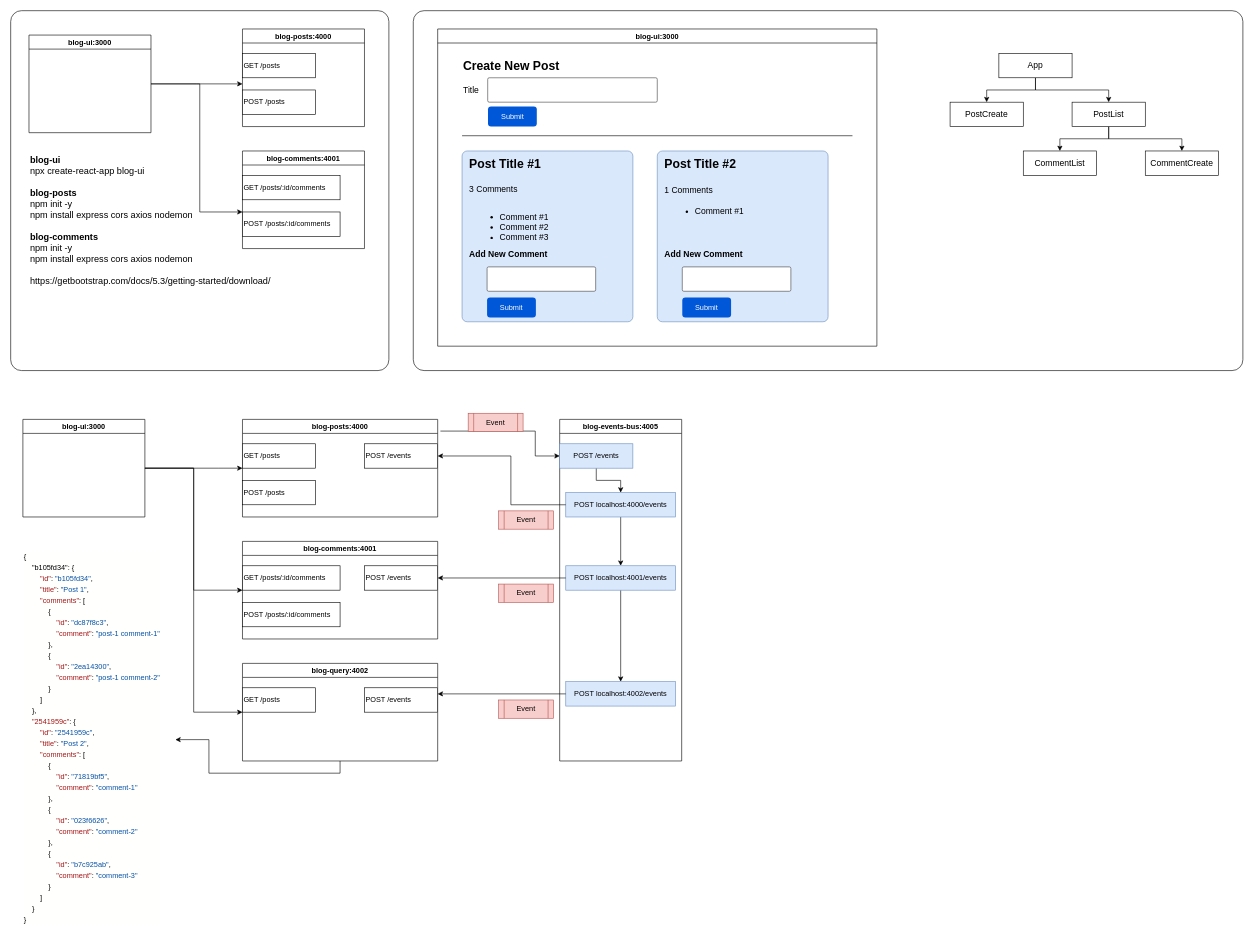
vidhirkaup/diagrams keeps this draw.io diagram as microservices.drawio. Above is the earlier version. Source tidied: cells renumbered, new cells numbered last; positions are measured from the earlier drawing's top-left corner, leaving out a move shared by most shapes. Both pictures are drawn from the tidied source at 61%, with x=0, y=0 at pixel (10, 10).
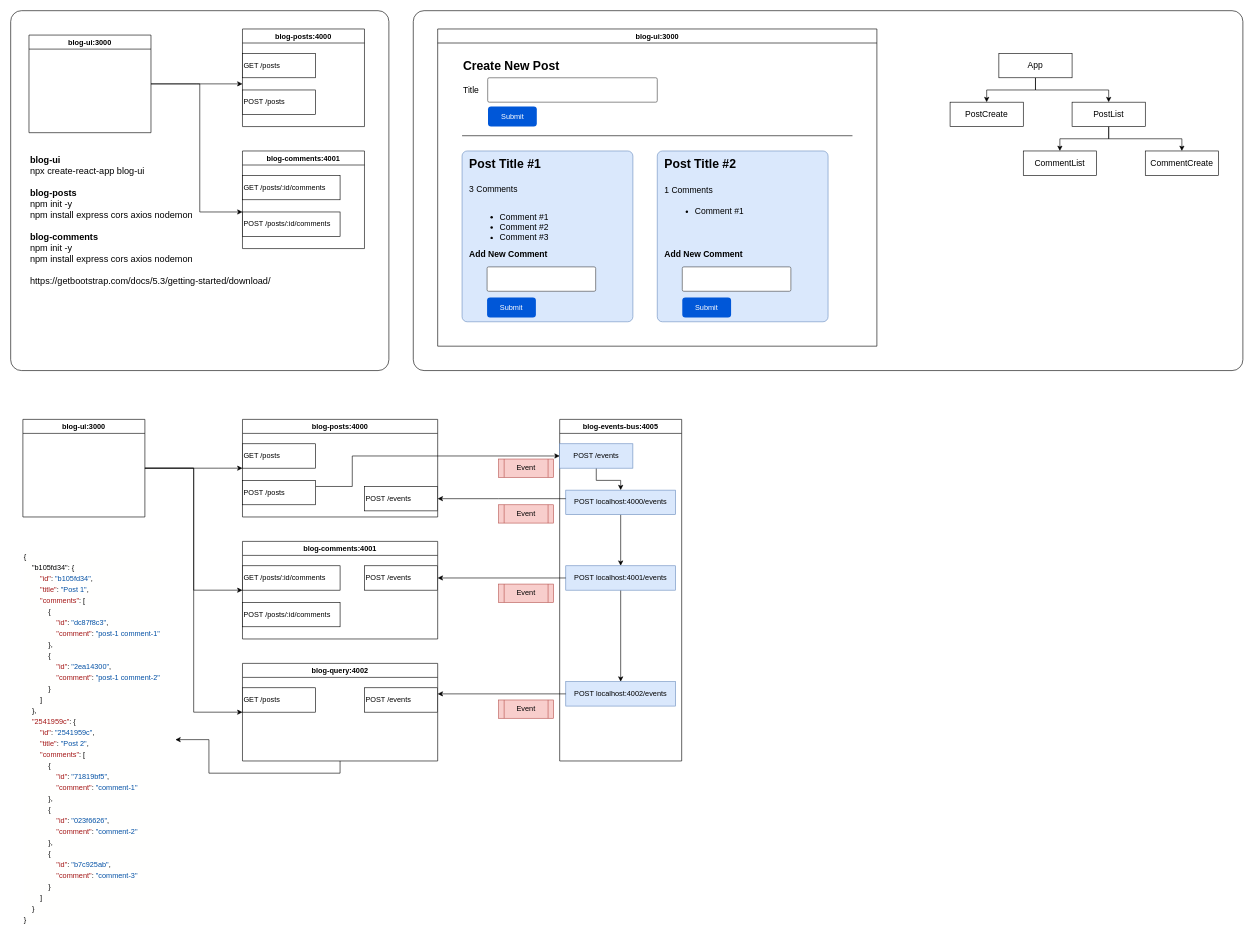
The same page after the edit.

The change refers to these unchanged cells:
```xml
<mxCell id="11" value="blog-events-bus:4005" style="swimlane;" parent="1" vertex="1">
  <mxGeometry x="900" y="670" width="200" height="560" as="geometry" />
</mxCell>
<mxCell id="13" value="POST /events" style="rounded=0;whiteSpace=wrap;html=1;fillColor=#dae8fc;strokeColor=#6c8ebf;" parent="11" vertex="1">
  <mxGeometry y="40" width="120" height="40" as="geometry" />
</mxCell>
<mxCell id="56" value="blog-posts:4000" style="swimlane;" parent="1" vertex="1">
  <mxGeometry x="380" y="670" width="320" height="160" as="geometry" />
</mxCell>
<mxCell id="58" value="POST /posts" style="rounded=0;whiteSpace=wrap;html=1;align=left;" parent="56" vertex="1">
  <mxGeometry y="100" width="120" height="40" as="geometry" />
</mxCell>
```

Diff of the diagram source:
```diff
@@
     <mxCell id="15" value="POST localhost:4000/events" style="rounded=0;whiteSpace=wrap;html=1;fillColor=#dae8fc;strokeColor=#6c8ebf;" parent="11" vertex="1">
-      <mxGeometry x="10" y="120" width="180" height="40" as="geometry" />
+      <mxGeometry x="10" y="116" width="180" height="40" as="geometry" />
     </mxCell>
@@
-    <mxCell id="55" style="edgeStyle=orthogonalEdgeStyle;rounded=0;jettySize=auto;html=1;entryX=0;entryY=0.5;entryDx=0;entryDy=0;exitX=1.014;exitY=0.12;exitDx=0;exitDy=0;exitPerimeter=0;" parent="1" edge="1" source="56" target="13">
+    <mxCell id="55" style="edgeStyle=orthogonalEdgeStyle;rounded=0;jettySize=auto;html=1;entryX=0;entryY=0.5;entryDx=0;entryDy=0;exitX=1;exitY=0.25;exitDx=0;exitDy=0;" parent="1" edge="1" source="58" target="13">
       <mxGeometry relative="1" as="geometry">
         <Array as="points">
-          <mxPoint x="860" y="689" />
-          <mxPoint x="860" y="730" />
+          <mxPoint x="560" y="780" />
+          <mxPoint x="560" y="730" />
         </Array>
       </mxGeometry>
     </mxCell>
@@
     <mxCell id="59" value="POST /events" style="rounded=0;whiteSpace=wrap;html=1;align=left;" parent="56" vertex="1">
-      <mxGeometry x="200" y="40" width="120" height="40" as="geometry" />
+      <mxGeometry x="200" y="110" width="120" height="40" as="geometry" />
     </mxCell>
@@
     <mxCell id="69" style="edgeStyle=orthogonalEdgeStyle;rounded=0;jettySize=auto;html=1;entryX=1;entryY=0.5;entryDx=0;entryDy=0;" parent="1" edge="1" source="15" target="59">
       <mxGeometry relative="1" as="geometry">
         <Array as="points">
-          <mxPoint x="820" y="810" />
-          <mxPoint x="820" y="730" />
+          <mxPoint x="800" y="800" />
+          <mxPoint x="800" y="800" />
         </Array>
       </mxGeometry>
     </mxCell>
@@
     <mxCell id="72" value="Event" style="shape=process;whiteSpace=wrap;html=1;backgroundOutline=1;fillColor=#f8cecc;strokeColor=#b85450;" parent="1" vertex="1">
-      <mxGeometry x="800" y="820" width="90" height="30" as="geometry" />
+      <mxGeometry x="800" y="810" width="90" height="30" as="geometry" />
     </mxCell>
     <mxCell id="73" value="Event" style="shape=process;whiteSpace=wrap;html=1;backgroundOutline=1;fillColor=#f8cecc;strokeColor=#b85450;" parent="1" vertex="1">
-      <mxGeometry x="750" y="660" width="90" height="30" as="geometry" />
+      <mxGeometry x="800" y="735" width="90" height="30" as="geometry" />
     </mxCell>
```
